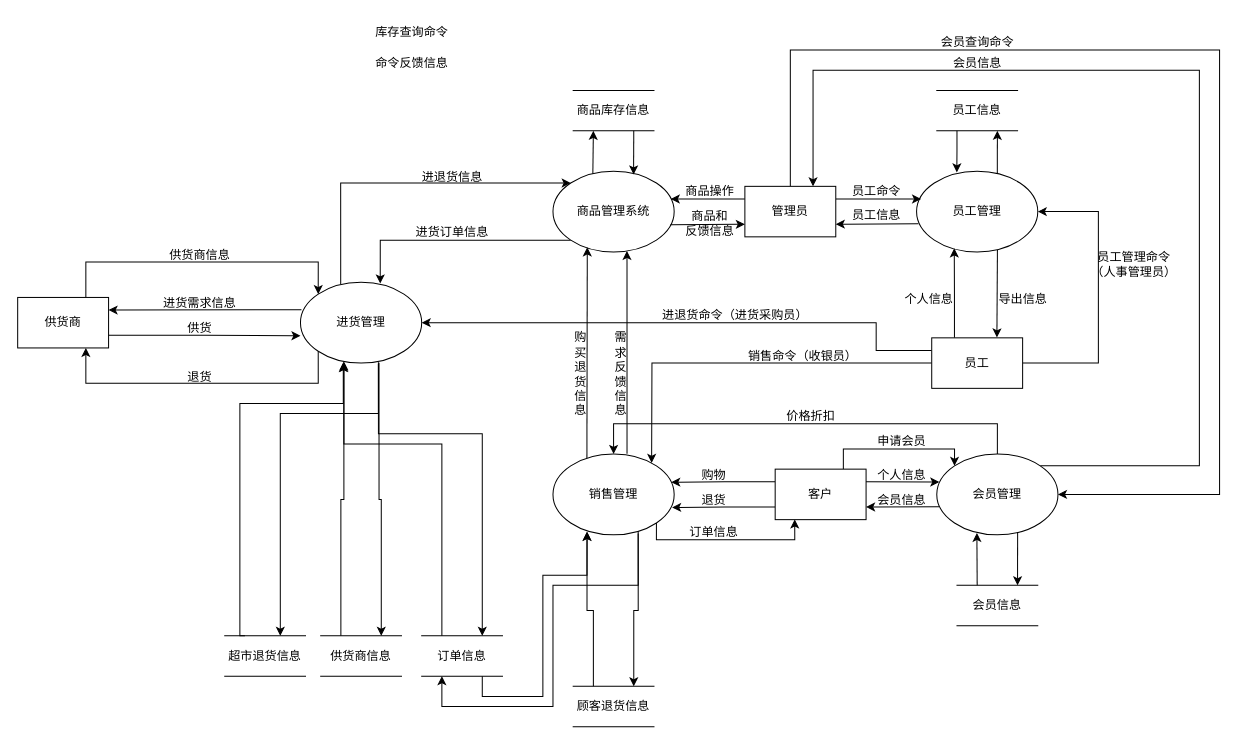
Above: page "第一层" (2 of 7) of 功能建模/数据流图.drawio in Software-Engineering-Group-sophomore/SDUWH-2023-SE-DS-Work1-Remake (draw.io), before the change. Source tidied: cells renumbered, new cells numbered last; positions are measured from the earlier drawing's top-left corner, leaving out a move shared by most shapes. Both pictures are drawn from the tidied source at 101%, with x=0, y=0 at pixel (17, 17).
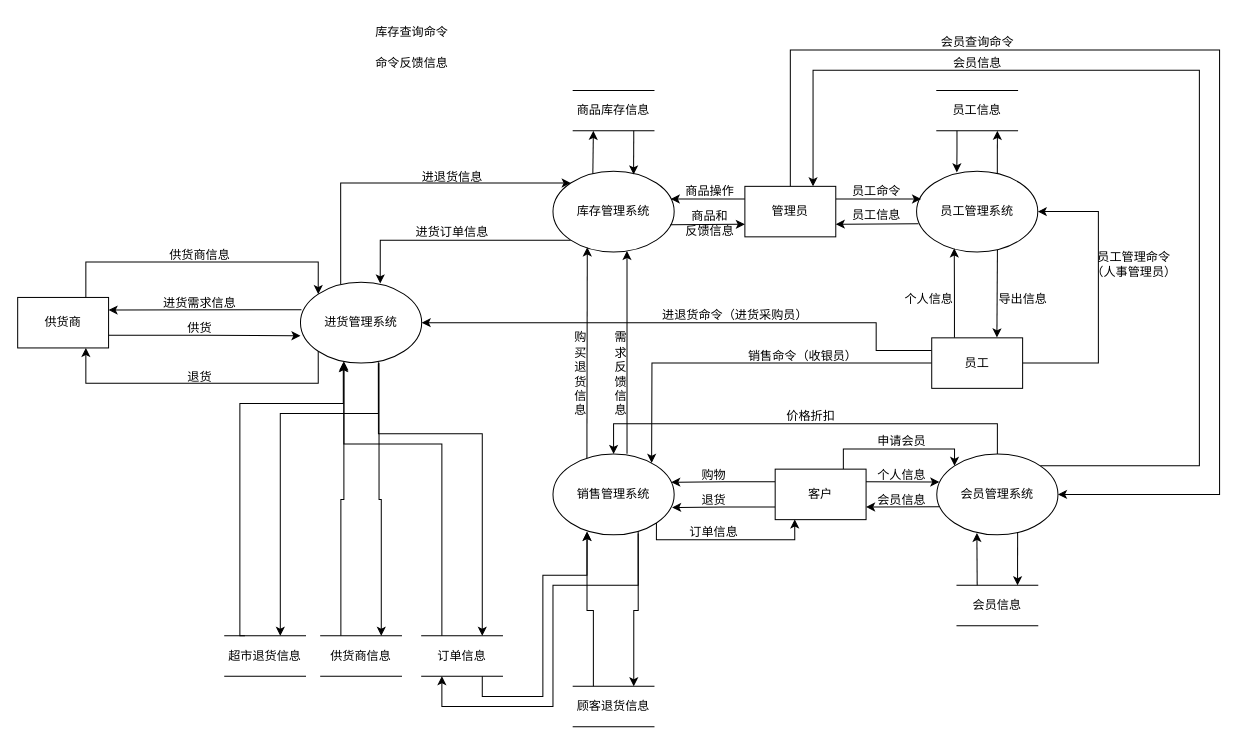
The same page after the edit.

Diff of the diagram source:
```diff
@@
-    <mxCell id="3" value="&lt;p class=&quot;MsoNormal&quot;&gt;商品管理系统&lt;/p&gt;" style="ellipse;whiteSpace=wrap;html=1;" parent="1" vertex="1">
+    <mxCell id="3" value="&lt;p class=&quot;MsoNormal&quot;&gt;库存管理系统&lt;/p&gt;" style="ellipse;whiteSpace=wrap;html=1;" parent="1" vertex="1">
       <mxGeometry x="530" y="152" width="120" height="80" as="geometry" />
     </mxCell>
@@
-    <mxCell id="5" value="&lt;p class=&quot;MsoNormal&quot;&gt;销售管理&lt;/p&gt;" style="ellipse;whiteSpace=wrap;html=1;" parent="1" vertex="1">
+    <mxCell id="5" value="&lt;p class=&quot;MsoNormal&quot;&gt;销售管理系统&lt;/p&gt;" style="ellipse;whiteSpace=wrap;html=1;" parent="1" vertex="1">
       <mxGeometry x="530" y="432" width="120" height="80" as="geometry" />
     </mxCell>
@@
-    <mxCell id="8" value="&lt;p class=&quot;MsoNormal&quot;&gt;会员管理&lt;/p&gt;" style="ellipse;whiteSpace=wrap;html=1;" parent="1" vertex="1">
+    <mxCell id="8" value="&lt;p class=&quot;MsoNormal&quot;&gt;会员管理系统&lt;/p&gt;" style="ellipse;whiteSpace=wrap;html=1;" parent="1" vertex="1">
       <mxGeometry x="910" y="432" width="120" height="80" as="geometry" />
     </mxCell>
-    <mxCell id="9" value="&lt;p class=&quot;MsoNormal&quot;&gt;员工管理&lt;/p&gt;" style="ellipse;whiteSpace=wrap;html=1;" parent="1" vertex="1">
+    <mxCell id="9" value="&lt;p class=&quot;MsoNormal&quot;&gt;员工管理系统&lt;/p&gt;" style="ellipse;whiteSpace=wrap;html=1;" parent="1" vertex="1">
       <mxGeometry x="890" y="152" width="120" height="80" as="geometry" />
     </mxCell>
@@
-    <mxCell id="77" value="&lt;p class=&quot;MsoNormal&quot;&gt;进货管理&lt;/p&gt;" style="ellipse;whiteSpace=wrap;html=1;" parent="1" vertex="1">
+    <mxCell id="77" value="&lt;p class=&quot;MsoNormal&quot;&gt;进货管理系统&lt;/p&gt;" style="ellipse;whiteSpace=wrap;html=1;" parent="1" vertex="1">
       <mxGeometry x="280" y="262" width="120" height="80" as="geometry" />
     </mxCell>
```
